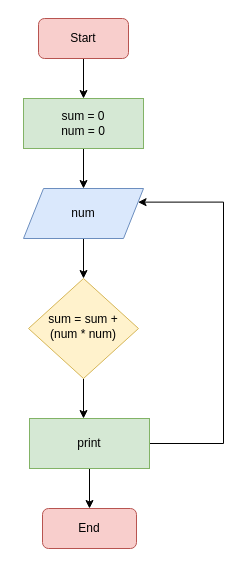
The draw.io diagram alx-flowchart.drawio in fasil712/UML_Diagram_Design, before the edit. Source tidied: cells renumbered, new cells numbered last; positions are measured from the earlier drawing's top-left corner, leaving out a move shared by most shapes. Both pictures are drawn from the tidied source at 100%, with x=0, y=0 at pixel (23, 18).
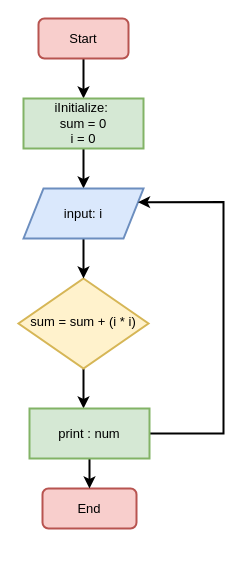
Above is the later version.

What changed in the source:
```diff
@@
 <mxGraphModel>
   <root>
     <mxCell id="0" />
     <mxCell id="1" parent="0" />
-    <mxCell id="2" style="edgeStyle=orthogonalEdgeStyle;rounded=0;jettySize=auto;html=1;entryX=0.5;entryY=0;entryDx=0;entryDy=0;" parent="1" edge="1" source="3" target="8">
+    <mxCell id="2" style="edgeStyle=orthogonalEdgeStyle;rounded=0;jettySize=auto;html=1;entryX=0.5;entryY=0;entryDx=0;entryDy=0;fontSize=13;strokeWidth=2;" parent="1" edge="1" source="3" target="8">
       <mxGeometry relative="1" as="geometry" />
     </mxCell>
-    <mxCell id="3" value="Start" style="rounded=1;whiteSpace=wrap;html=1;fontSize=12;glass=0;strokeWidth=1;shadow=0;fillColor=#f8cecc;strokeColor=#b85450;" parent="1" vertex="1">
+    <mxCell id="3" value="Start" style="rounded=1;whiteSpace=wrap;html=1;fontSize=13;glass=0;strokeWidth=2;shadow=0;fillColor=#f8cecc;strokeColor=#b85450;" parent="1" vertex="1">
       <mxGeometry x="15" width="90" height="40" as="geometry" />
     </mxCell>
-    <mxCell id="4" style="edgeStyle=orthogonalEdgeStyle;rounded=0;jettySize=auto;html=1;entryX=0.45;entryY=0;entryDx=0;entryDy=0;entryPerimeter=0;" parent="1" edge="1" source="5" target="13">
+    <mxCell id="4" style="edgeStyle=orthogonalEdgeStyle;rounded=0;jettySize=auto;html=1;entryX=0.45;entryY=0;entryDx=0;entryDy=0;entryPerimeter=0;fontSize=13;strokeWidth=2;" parent="1" edge="1" source="5" target="13">
       <mxGeometry relative="1" as="geometry" />
     </mxCell>
-    <mxCell id="5" value="sum = sum + (num * num)" style="rhombus;whiteSpace=wrap;html=1;shadow=0;fontFamily=Helvetica;fontSize=12;align=center;strokeWidth=1;spacing=6;spacingTop=-4;fillColor=#fff2cc;strokeColor=#d6b656;" parent="1" vertex="1">
-      <mxGeometry x="5" y="260" width="110" height="100" as="geometry" />
+    <mxCell id="5" value="sum = sum + (i * i)" style="rhombus;whiteSpace=wrap;html=1;shadow=0;fontFamily=Helvetica;fontSize=13;align=center;strokeWidth=2;spacing=6;spacingTop=-4;fillColor=#fff2cc;strokeColor=#d6b656;" parent="1" vertex="1">
+      <mxGeometry x="-5" y="260" width="130" height="90" as="geometry" />
     </mxCell>
-    <mxCell id="6" value="End" style="rounded=1;whiteSpace=wrap;html=1;fontSize=12;glass=0;strokeWidth=1;shadow=0;fillColor=#f8cecc;strokeColor=#b85450;" parent="1" vertex="1">
-      <mxGeometry x="19" y="490" width="94" height="40" as="geometry" />
+    <mxCell id="6" value="End" style="rounded=1;whiteSpace=wrap;html=1;fontSize=13;glass=0;strokeWidth=2;shadow=0;fillColor=#f8cecc;strokeColor=#b85450;" parent="1" vertex="1">
+      <mxGeometry x="19" y="470" width="94" height="40" as="geometry" />
     </mxCell>
-    <mxCell id="7" style="edgeStyle=orthogonalEdgeStyle;rounded=0;jettySize=auto;html=1;entryX=0.5;entryY=0;entryDx=0;entryDy=0;" parent="1" edge="1" source="8" target="10">
+    <mxCell id="7" style="edgeStyle=orthogonalEdgeStyle;rounded=0;jettySize=auto;html=1;entryX=0.5;entryY=0;entryDx=0;entryDy=0;fontSize=13;strokeWidth=2;" parent="1" edge="1" source="8" target="10">
       <mxGeometry relative="1" as="geometry" />
     </mxCell>
-    <mxCell id="8" value="sum = 0&lt;br&gt;num = 0" style="rounded=0;whiteSpace=wrap;html=1;fillColor=#d5e8d4;strokeColor=#82b366;" parent="1" vertex="1">
+    <mxCell id="8" value="iInitialize:&amp;nbsp;&lt;br style=&quot;font-size: 13px;&quot;&gt;sum = 0&lt;br style=&quot;font-size: 13px;&quot;&gt;i = 0" style="rounded=0;whiteSpace=wrap;html=1;fillColor=#d5e8d4;strokeColor=#82b366;fontSize=13;strokeWidth=2;" parent="1" vertex="1">
       <mxGeometry y="80" width="120" height="50" as="geometry" />
     </mxCell>
-    <mxCell id="9" style="edgeStyle=orthogonalEdgeStyle;rounded=0;jettySize=auto;html=1;entryX=0.5;entryY=0;entryDx=0;entryDy=0;" parent="1" edge="1" source="10" target="5">
+    <mxCell id="9" style="edgeStyle=orthogonalEdgeStyle;rounded=0;jettySize=auto;html=1;entryX=0.5;entryY=0;entryDx=0;entryDy=0;fontSize=13;strokeWidth=2;" parent="1" edge="1" source="10" target="5">
       <mxGeometry relative="1" as="geometry" />
     </mxCell>
-    <mxCell id="10" value="num" style="shape=parallelogram;perimeter=parallelogramPerimeter;whiteSpace=wrap;html=1;fixedSize=1;fillColor=#dae8fc;strokeColor=#6c8ebf;" parent="1" vertex="1">
+    <mxCell id="10" value="input: i" style="shape=parallelogram;perimeter=parallelogramPerimeter;whiteSpace=wrap;html=1;fixedSize=1;fillColor=#dae8fc;strokeColor=#6c8ebf;fontSize=13;strokeWidth=2;" parent="1" vertex="1">
       <mxGeometry y="170" width="120" height="50" as="geometry" />
     </mxCell>
-    <mxCell id="11" style="edgeStyle=orthogonalEdgeStyle;rounded=0;jettySize=auto;html=1;entryX=0.5;entryY=0;entryDx=0;entryDy=0;" parent="1" edge="1" source="13" target="6">
+    <mxCell id="11" style="edgeStyle=orthogonalEdgeStyle;rounded=0;jettySize=auto;html=1;entryX=0.5;entryY=0;entryDx=0;entryDy=0;fontSize=13;strokeWidth=2;" parent="1" edge="1" source="13" target="6">
       <mxGeometry relative="1" as="geometry" />
     </mxCell>
-    <mxCell id="12" style="edgeStyle=orthogonalEdgeStyle;rounded=0;jettySize=auto;html=1;entryX=1;entryY=0.25;entryDx=0;entryDy=0;" parent="1" edge="1" source="13" target="10">
+    <mxCell id="12" style="edgeStyle=orthogonalEdgeStyle;rounded=0;jettySize=auto;html=1;entryX=1;entryY=0.25;entryDx=0;entryDy=0;fontSize=13;strokeWidth=2;" parent="1" edge="1" source="13" target="10">
       <mxGeometry relative="1" as="geometry">
         <Array as="points">
-          <mxPoint x="200" y="425" />
+          <mxPoint x="200" y="415" />
           <mxPoint x="200" y="184" />
         </Array>
       </mxGeometry>
     </mxCell>
-    <mxCell id="13" value="print" style="rounded=0;whiteSpace=wrap;html=1;fillColor=#d5e8d4;strokeColor=#82b366;" parent="1" vertex="1">
-      <mxGeometry x="6" y="400" width="120" height="50" as="geometry" />
+    <mxCell id="13" value="print : num" style="rounded=0;whiteSpace=wrap;html=1;fillColor=#d5e8d4;strokeColor=#82b366;fontSize=13;strokeWidth=2;" parent="1" vertex="1">
+      <mxGeometry x="6" y="390" width="120" height="50" as="geometry" />
     </mxCell>
   </root>
 </mxGraphModel>
```
